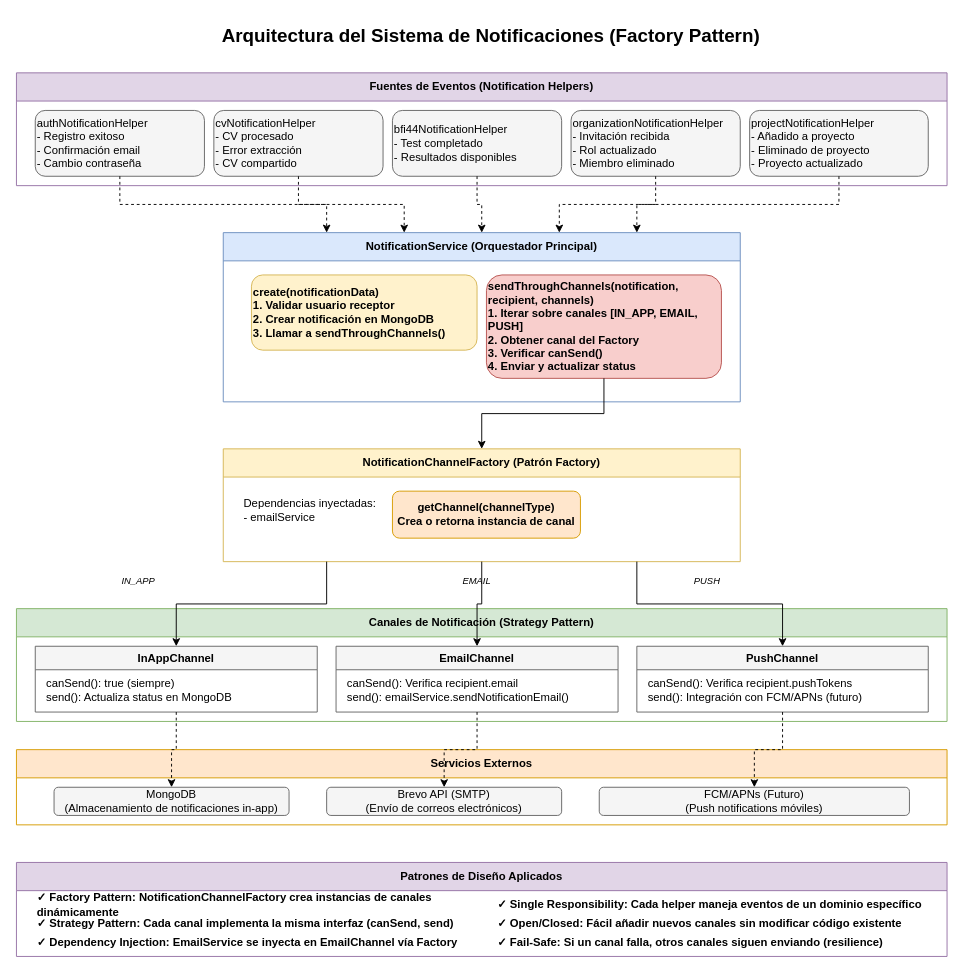
Javi-RC/saraplatformapi keeps this draw.io diagram as diagrams/sistema-notificaciones.drawio. Above is the earlier version. Source tidied: cells renumbered, new cells numbered last; positions are measured from the earlier drawing's top-left corner, leaving out a move shared by most shapes. Both pictures are drawn from the tidied source at 94%, with x=0, y=0 at pixel (16, 16).
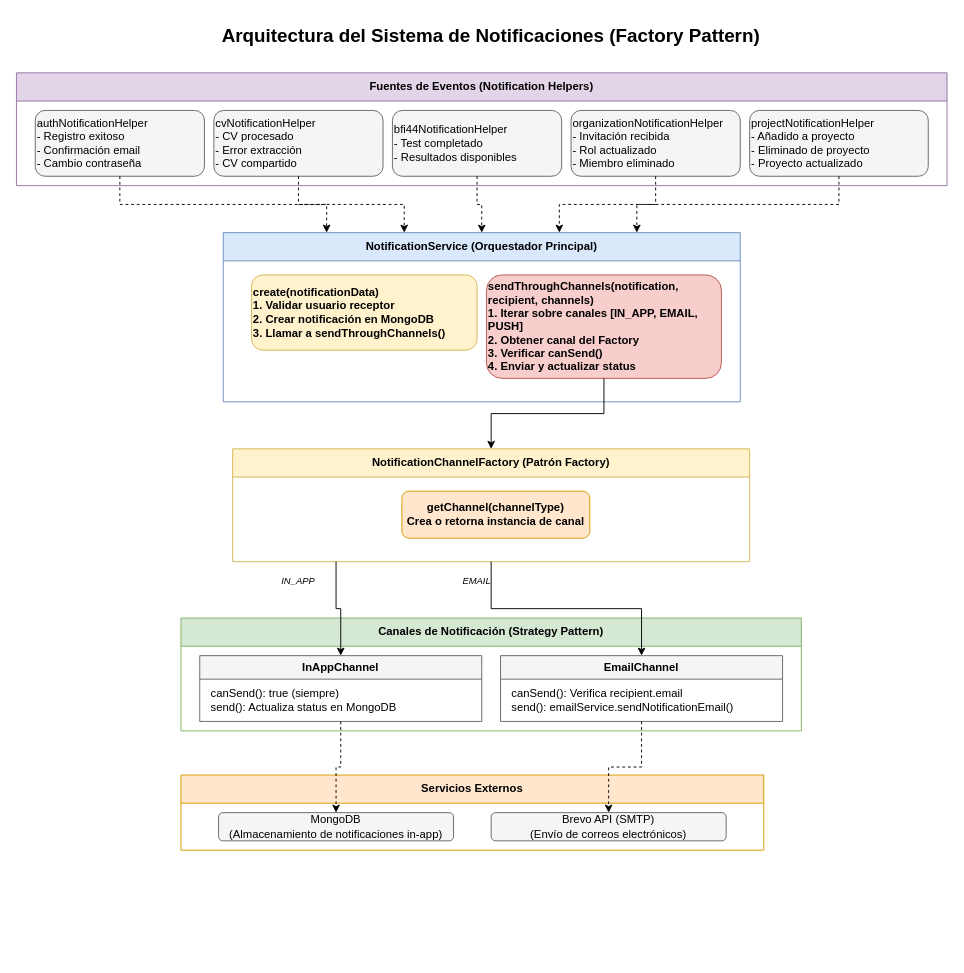
The same page after the edit.

The edit, as a diff of the source:
```diff
@@
     <mxCell id="17" value="NotificationChannelFactory (Patrón Factory)" style="swimlane;whiteSpace=wrap;html=1;fillColor=#fff2cc;strokeColor=#d6b656;fontStyle=1;startSize=30;" parent="1" vertex="1">
-      <mxGeometry x="220" y="460" width="550" height="120" as="geometry" />
+      <mxGeometry x="230" y="460" width="550" height="120" as="geometry" />
     </mxCell>
@@
-    <mxCell id="19" value="Dependencias inyectadas:&#10;- emailService" style="text;html=1;strokeColor=none;fillColor=none;align=left;verticalAlign=middle;whiteSpace=wrap;rounded=0;" parent="17" vertex="1">
-      <mxGeometry x="20" y="45" width="150" height="40" as="geometry" />
-    </mxCell>
@@
     <mxCell id="21" value="Canales de Notificación (Strategy Pattern)" style="swimlane;whiteSpace=wrap;html=1;fillColor=#d5e8d4;strokeColor=#82b366;fontStyle=1;startSize=30;" parent="1" vertex="1">
-      <mxGeometry y="630" width="990" height="120" as="geometry" />
+      <mxGeometry x="175" y="640" width="660" height="120" as="geometry" />
     </mxCell>
@@
-    <mxCell id="28" value="PushChannel" style="swimlane;whiteSpace=wrap;html=1;fillColor=#f5f5f5;strokeColor=#666666;fontStyle=1;startSize=25;" parent="21" vertex="1">
-      <mxGeometry x="660" y="40" width="310" height="70" as="geometry" />
-    </mxCell>
-    <mxCell id="29" value="canSend(): Verifica recipient.pushTokens" style="text;html=1;strokeColor=none;fillColor=none;align=left;verticalAlign=middle;whiteSpace=wrap;rounded=0;" parent="28" vertex="1">
-      <mxGeometry x="10" y="30" width="260" height="20" as="geometry" />
-    </mxCell>
-    <mxCell id="30" value="send(): Integración con FCM/APNs (futuro)" style="text;html=1;strokeColor=none;fillColor=none;align=left;verticalAlign=middle;whiteSpace=wrap;rounded=0;" parent="28" vertex="1">
-      <mxGeometry x="10" y="45" width="290" height="20" as="geometry" />
-    </mxCell>
@@
-    <mxCell id="33" style="edgeStyle=orthogonalEdgeStyle;rounded=0;jettySize=auto;html=1;exitX=0.8;exitY=1;exitDx=0;exitDy=0;entryX=0.5;entryY=0;entryDx=0;entryDy=0;" parent="1" edge="1" source="17" target="28">
-      <mxGeometry relative="1" as="geometry" />
-    </mxCell>
     <mxCell id="34" value="IN_APP" style="text;html=1;strokeColor=none;fillColor=none;align=center;verticalAlign=middle;whiteSpace=wrap;rounded=0;fontSize=10;fontStyle=2;" parent="1" vertex="1">
-      <mxGeometry x="100" y="590" width="60" height="20" as="geometry" />
+      <mxGeometry x="270" y="590" width="60" height="20" as="geometry" />
     </mxCell>
@@
-    <mxCell id="36" value="PUSH" style="text;html=1;strokeColor=none;fillColor=none;align=center;verticalAlign=middle;whiteSpace=wrap;rounded=0;fontSize=10;fontStyle=2;" parent="1" vertex="1">
-      <mxGeometry x="705" y="590" width="60" height="20" as="geometry" />
-    </mxCell>
     <mxCell id="37" value="Servicios Externos" style="swimlane;whiteSpace=wrap;html=1;fillColor=#ffe6cc;strokeColor=#d79b00;fontStyle=1;startSize=30;" parent="1" vertex="1">
-      <mxGeometry y="780" width="990" height="80" as="geometry" />
+      <mxGeometry x="175" y="807" width="620" height="80" as="geometry" />
     </mxCell>
@@
-    <mxCell id="40" value="FCM/APNs (Futuro)&#10;(Push notifications móviles)" style="rounded=1;whiteSpace=wrap;html=1;fillColor=#f5f5f5;strokeColor=#666666;" parent="37" vertex="1">
-      <mxGeometry x="620" y="40" width="330" height="30" as="geometry" />
-    </mxCell>
@@
-    <mxCell id="43" style="edgeStyle=orthogonalEdgeStyle;rounded=0;jettySize=auto;html=1;exitX=0.5;exitY=1;exitDx=0;exitDy=0;entryX=0.5;entryY=0;entryDx=0;entryDy=0;dashed=1;" parent="1" edge="1" source="28" target="40">
-      <mxGeometry relative="1" as="geometry" />
-    </mxCell>
-    <mxCell id="44" value="Patrones de Diseño Aplicados" style="swimlane;whiteSpace=wrap;html=1;fillColor=#e1d5e7;strokeColor=#9673a6;fontStyle=1;startSize=30;" parent="1" vertex="1">
-      <mxGeometry y="900" width="990" height="100" as="geometry" />
-    </mxCell>
-    <mxCell id="45" value="✓ Factory Pattern: NotificationChannelFactory crea instancias de canales dinámicamente" style="text;html=1;strokeColor=none;fillColor=none;align=left;verticalAlign=middle;whiteSpace=wrap;rounded=0;fontStyle=1;" parent="44" vertex="1">
-      <mxGeometry x="20" y="35" width="460" height="20" as="geometry" />
-    </mxCell>
-    <mxCell id="46" value="✓ Strategy Pattern: Cada canal implementa la misma interfaz (canSend, send)" style="text;html=1;strokeColor=none;fillColor=none;align=left;verticalAlign=middle;whiteSpace=wrap;rounded=0;fontStyle=1;" parent="44" vertex="1">
-      <mxGeometry x="20" y="55" width="460" height="20" as="geometry" />
-    </mxCell>
-    <mxCell id="47" value="✓ Dependency Injection: EmailService se inyecta en EmailChannel vía Factory" style="text;html=1;strokeColor=none;fillColor=none;align=left;verticalAlign=middle;whiteSpace=wrap;rounded=0;fontStyle=1;" parent="44" vertex="1">
-      <mxGeometry x="20" y="75" width="460" height="20" as="geometry" />
-    </mxCell>
-    <mxCell id="48" value="✓ Single Responsibility: Cada helper maneja eventos de un dominio específico" style="text;html=1;strokeColor=none;fillColor=none;align=left;verticalAlign=middle;whiteSpace=wrap;rounded=0;fontStyle=1;" parent="44" vertex="1">
-      <mxGeometry x="510" y="35" width="460" height="20" as="geometry" />
-    </mxCell>
-    <mxCell id="49" value="✓ Open/Closed: Fácil añadir nuevos canales sin modificar código existente" style="text;html=1;strokeColor=none;fillColor=none;align=left;verticalAlign=middle;whiteSpace=wrap;rounded=0;fontStyle=1;" parent="44" vertex="1">
-      <mxGeometry x="510" y="55" width="460" height="20" as="geometry" />
-    </mxCell>
-    <mxCell id="50" value="✓ Fail-Safe: Si un canal falla, otros canales siguen enviando (resilience)" style="text;html=1;strokeColor=none;fillColor=none;align=left;verticalAlign=middle;whiteSpace=wrap;rounded=0;fontStyle=1;" parent="44" vertex="1">
-      <mxGeometry x="510" y="75" width="460" height="20" as="geometry" />
-    </mxCell>
```
